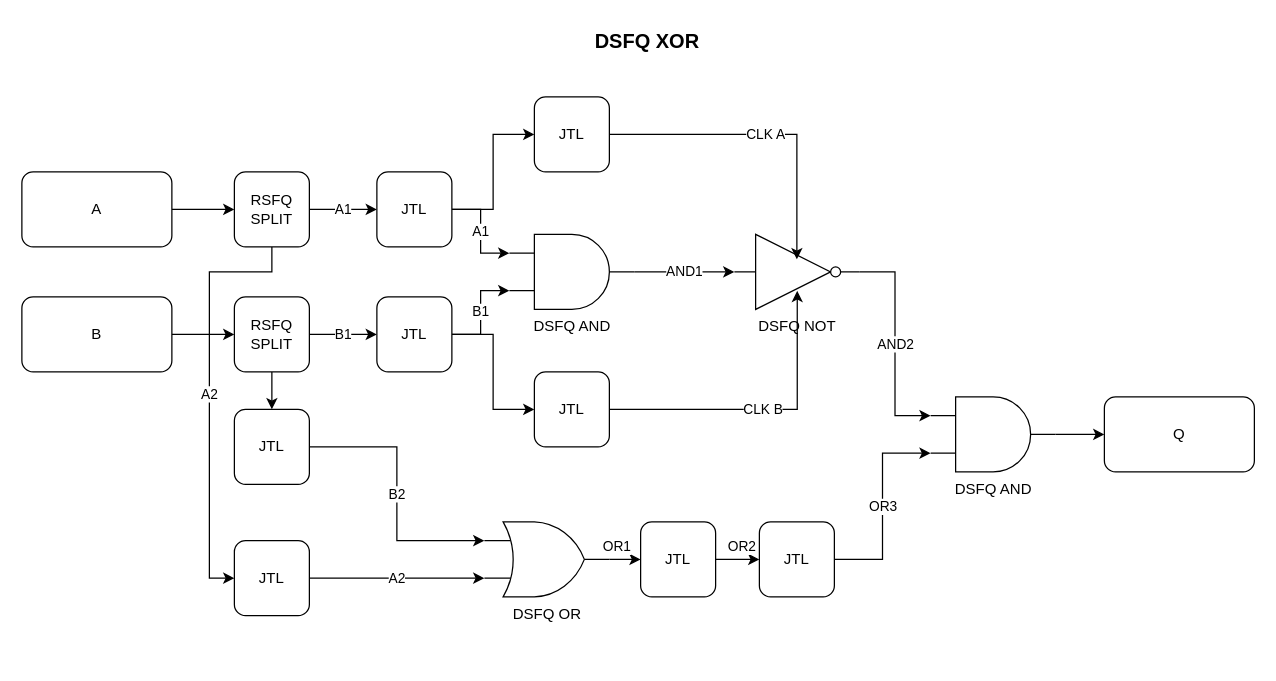
This is .Shuntless/mitll_DSFQ_XOR/layout/DSFQ_XOR.drawio from adojang/DSFQLib, a draw.io file, before an edit. Source tidied: cells renumbered, new cells numbered last; positions are measured from the earlier drawing's top-left corner, leaving out a move shared by most shapes. Both pictures are drawn from the tidied source at 125%, with x=0, y=0 at pixel (21, -16).
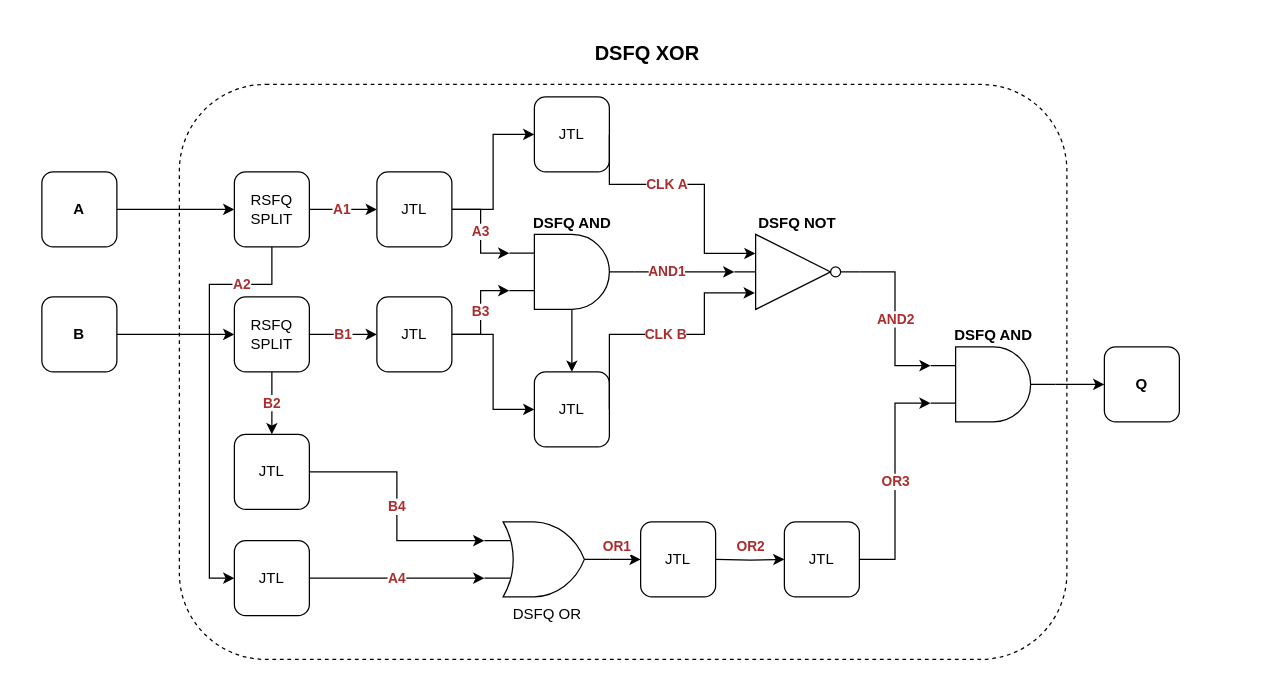
After the change.

Unchanged cells that the change refers to:
```xml
<mxCell id="13" value="DSFQ OR" style="verticalLabelPosition=bottom;shadow=0;dashed=0;align=center;html=1;verticalAlign=top;shape=mxgraph.electrical.logic_gates.logic_gate;operation=or;" parent="1" vertex="1">
  <mxGeometry x="370" y="430" width="100" height="60" as="geometry" />
</mxCell>
<mxCell id="17" value="RSFQ SPLIT" style="rounded=1;whiteSpace=wrap;html=1;" parent="1" vertex="1">
  <mxGeometry x="170" y="150" width="60" height="60" as="geometry" />
</mxCell>
<mxCell id="20" value="RSFQ SPLIT" style="rounded=1;whiteSpace=wrap;html=1;" parent="1" vertex="1">
  <mxGeometry x="170" y="250" width="60" height="60" as="geometry" />
</mxCell>
<mxCell id="23" value="JTL" style="rounded=1;whiteSpace=wrap;html=1;" parent="1" vertex="1">
  <mxGeometry x="284" y="150" width="60" height="60" as="geometry" />
</mxCell>
<mxCell id="26" value="JTL" style="rounded=1;whiteSpace=wrap;html=1;" parent="1" vertex="1">
  <mxGeometry x="284" y="250" width="60" height="60" as="geometry" />
</mxCell>
<mxCell id="29" value="JTL" style="rounded=1;whiteSpace=wrap;html=1;" parent="1" vertex="1">
  <mxGeometry x="410" y="90" width="60" height="60" as="geometry" />
</mxCell>
<mxCell id="31" value="JTL" style="rounded=1;whiteSpace=wrap;html=1;" parent="1" vertex="1">
  <mxGeometry x="410" y="310" width="60" height="60" as="geometry" />
</mxCell>
<mxCell id="36" value="JTL" style="rounded=1;whiteSpace=wrap;html=1;" parent="1" vertex="1">
  <mxGeometry x="170" y="445" width="60" height="60" as="geometry" />
</mxCell>
<mxCell id="38" value="JTL" style="rounded=1;whiteSpace=wrap;html=1;" parent="1" vertex="1">
  <mxGeometry x="495" y="430" width="60" height="60" as="geometry" />
</mxCell>
```

The edit, as a diff of the source:
```diff
@@
+    <mxCell id="41" style="rounded=1;whiteSpace=wrap;html=1;dashed=1;" parent="1" vertex="1">
+      <mxGeometry x="126" y="80" width="710" height="460" as="geometry" />
+    </mxCell>
     <mxCell id="2" value="&lt;font style=&quot;&quot;&gt;&lt;span style=&quot;font-size: 16px;&quot;&gt;&lt;b&gt;DSFQ XOR&lt;/b&gt;&lt;/span&gt;&lt;/font&gt;" style="text;html=1;align=center;verticalAlign=middle;strokeColor=none;fillColor=none;" parent="1" vertex="1">
-      <mxGeometry x="445" y="30" width="110" height="30" as="geometry" />
+      <mxGeometry x="445" y="40" width="110" height="30" as="geometry" />
     </mxCell>
-    <mxCell id="3" style="edgeStyle=orthogonalEdgeStyle;rounded=0;jettySize=auto;html=1;entryX=0;entryY=0.5;entryDx=0;entryDy=0;" parent="1" edge="1" source="4" target="17">
+    <mxCell id="3" style="edgeStyle=orthogonalEdgeStyle;rounded=0;jettySize=auto;html=1;entryX=0;entryY=0.5;entryDx=0;entryDy=0;exitX=1;exitY=0.5;exitDx=0;exitDy=0;" parent="1" edge="1" source="4" target="17">
       <mxGeometry relative="1" as="geometry" />
     </mxCell>
-    <mxCell id="4" value="A" style="rounded=1;whiteSpace=wrap;html=1;" parent="1" vertex="1">
-      <mxGeometry y="150" width="120" height="60" as="geometry" />
-    </mxCell>
-    <mxCell id="5" style="edgeStyle=orthogonalEdgeStyle;rounded=0;jettySize=auto;html=1;entryX=0;entryY=0.5;entryDx=0;entryDy=0;" parent="1" edge="1" source="6" target="20">
+    <mxCell id="5" style="edgeStyle=orthogonalEdgeStyle;rounded=0;jettySize=auto;html=1;entryX=0;entryY=0.5;entryDx=0;entryDy=0;exitX=1;exitY=0.5;exitDx=0;exitDy=0;" parent="1" edge="1" source="6" target="20">
       <mxGeometry relative="1" as="geometry" />
     </mxCell>
-    <mxCell id="6" value="B" style="rounded=1;whiteSpace=wrap;html=1;" parent="1" vertex="1">
-      <mxGeometry y="250" width="120" height="60" as="geometry" />
-    </mxCell>
-    <mxCell id="7" value="Q" style="rounded=1;whiteSpace=wrap;html=1;" parent="1" vertex="1">
-      <mxGeometry x="866" y="330" width="120" height="60" as="geometry" />
-    </mxCell>
-    <mxCell id="8" value="AND1" style="edgeStyle=orthogonalEdgeStyle;rounded=0;jettySize=auto;html=1;exitX=1;exitY=0.5;exitDx=0;exitDy=0;exitPerimeter=0;entryX=0;entryY=0.5;entryDx=0;entryDy=0;entryPerimeter=0;" parent="1" edge="1" source="9" target="11">
-      <mxGeometry relative="1" as="geometry">
+    <mxCell id="8" value="&lt;b&gt;&lt;font color=&quot;#ab2e2e&quot;&gt;AND1&lt;/font&gt;&lt;/b&gt;" style="edgeStyle=orthogonalEdgeStyle;rounded=0;jettySize=auto;html=1;exitX=1;exitY=0.5;exitDx=0;exitDy=0;exitPerimeter=0;" parent="1" edge="1" source="9">
+      <mxGeometry x="-0.34" relative="1" as="geometry">
+        <mxPoint x="570" y="230" as="targetPoint" />
         <Array as="points">
           <mxPoint x="536" y="230" />
           <mxPoint x="536" y="230" />
         </Array>
       </mxGeometry>
     </mxCell>
+    <mxCell id="42" style="edgeStyle=orthogonalEdgeStyle;rounded=0;jettySize=auto;html=1;" parent="1" edge="1" source="9" target="31">
+      <mxGeometry relative="1" as="geometry" />
+    </mxCell>
-    <mxCell id="9" value="DSFQ AND" style="verticalLabelPosition=bottom;shadow=0;dashed=0;align=center;html=1;verticalAlign=top;shape=mxgraph.electrical.logic_gates.logic_gate;operation=and;" parent="1" vertex="1">
+    <mxCell id="9" value="&lt;b&gt;DSFQ AND&lt;/b&gt;" style="verticalLabelPosition=top;shadow=0;dashed=0;align=center;html=1;verticalAlign=bottom;shape=mxgraph.electrical.logic_gates.logic_gate;operation=and;labelPosition=center;" parent="1" vertex="1">
       <mxGeometry x="390" y="200" width="100" height="60" as="geometry" />
     </mxCell>
-    <mxCell id="10" value="AND2" style="edgeStyle=orthogonalEdgeStyle;rounded=0;jettySize=auto;html=1;entryX=0;entryY=0.25;entryDx=0;entryDy=0;entryPerimeter=0;" parent="1" edge="1" source="11" target="34">
+    <mxCell id="10" value="&lt;b&gt;&lt;font color=&quot;#ab2e2e&quot;&gt;AND2&lt;/font&gt;&lt;/b&gt;" style="edgeStyle=orthogonalEdgeStyle;rounded=0;jettySize=auto;html=1;entryX=0;entryY=0.25;entryDx=0;entryDy=0;entryPerimeter=0;" parent="1" edge="1" source="11" target="34">
       <mxGeometry relative="1" as="geometry" />
     </mxCell>
-    <mxCell id="11" value="DSFQ NOT" style="verticalLabelPosition=bottom;shadow=0;dashed=0;align=center;html=1;verticalAlign=top;shape=mxgraph.electrical.logic_gates.inverter_2;rotation=0;labelPosition=center;" parent="1" vertex="1">
+    <mxCell id="11" value="&lt;b&gt;DSFQ NOT&lt;/b&gt;" style="verticalLabelPosition=top;shadow=0;dashed=0;align=center;html=1;verticalAlign=bottom;shape=mxgraph.electrical.logic_gates.inverter_2;rotation=0;labelPosition=center;" parent="1" vertex="1">
       <mxGeometry x="570" y="200" width="100" height="60" as="geometry" />
     </mxCell>
-    <mxCell id="12" value="OR1" style="edgeStyle=orthogonalEdgeStyle;rounded=0;jettySize=auto;html=1;entryX=0;entryY=0.5;entryDx=0;entryDy=0;" parent="1" edge="1" source="13" target="38">
+    <mxCell id="12" value="&lt;b&gt;&lt;font color=&quot;#ab2e2e&quot;&gt;OR1&lt;/font&gt;&lt;/b&gt;" style="edgeStyle=orthogonalEdgeStyle;rounded=0;jettySize=auto;html=1;entryX=0;entryY=0.5;entryDx=0;entryDy=0;" parent="1" edge="1" source="13" target="38">
       <mxGeometry x="0.31" y="10" relative="1" as="geometry" />
     </mxCell>
@@
-    <mxCell id="15" value="A1" style="edgeStyle=orthogonalEdgeStyle;rounded=0;jettySize=auto;html=1;entryX=0;entryY=0.5;entryDx=0;entryDy=0;" parent="1" edge="1" source="17" target="23">
-      <mxGeometry relative="1" as="geometry" />
+    <mxCell id="15" value="&lt;b&gt;&lt;font color=&quot;#ab2e2e&quot;&gt;A1&lt;/font&gt;&lt;/b&gt;" style="edgeStyle=orthogonalEdgeStyle;rounded=0;jettySize=auto;html=1;entryX=0;entryY=0.5;entryDx=0;entryDy=0;" parent="1" edge="1" source="17" target="23">
+      <mxGeometry x="-0.04" relative="1" as="geometry" />
     </mxCell>
-    <mxCell id="16" value="A2" style="edgeStyle=orthogonalEdgeStyle;rounded=0;jettySize=auto;html=1;entryX=0;entryY=0.5;entryDx=0;entryDy=0;exitX=0.5;exitY=1;exitDx=0;exitDy=0;" parent="1" edge="1" source="17" target="36">
-      <mxGeometry relative="1" as="geometry">
+    <mxCell id="16" value="&lt;b&gt;&lt;font color=&quot;#ab2e2e&quot;&gt;A2&lt;/font&gt;&lt;/b&gt;" style="edgeStyle=orthogonalEdgeStyle;rounded=0;jettySize=auto;html=1;entryX=0;entryY=0.5;entryDx=0;entryDy=0;exitX=0.5;exitY=1;exitDx=0;exitDy=0;" parent="1" edge="1" source="17" target="36">
+      <mxGeometry x="-0.68" relative="1" as="geometry">
         <Array as="points">
-          <mxPoint x="200" y="230" />
-          <mxPoint x="150" y="230" />
+          <mxPoint x="200" y="240" />
+          <mxPoint x="150" y="240" />
           <mxPoint x="150" y="475" />
         </Array>
       </mxGeometry>
     </mxCell>
@@
-    <mxCell id="18" value="B1" style="edgeStyle=orthogonalEdgeStyle;rounded=0;jettySize=auto;html=1;entryX=0;entryY=0.5;entryDx=0;entryDy=0;" parent="1" edge="1" source="20" target="26">
+    <mxCell id="18" value="&lt;b&gt;&lt;font color=&quot;#ab2e2e&quot;&gt;B1&lt;/font&gt;&lt;/b&gt;" style="edgeStyle=orthogonalEdgeStyle;rounded=0;jettySize=auto;html=1;entryX=0;entryY=0.5;entryDx=0;entryDy=0;" parent="1" edge="1" source="20" target="26">
       <mxGeometry relative="1" as="geometry" />
     </mxCell>
-    <mxCell id="19" style="edgeStyle=orthogonalEdgeStyle;rounded=0;jettySize=auto;html=1;entryX=0.5;entryY=0;entryDx=0;entryDy=0;" parent="1" edge="1" source="20" target="28">
+    <mxCell id="19" value="&lt;b&gt;&lt;font color=&quot;#ab2e2e&quot;&gt;B2&lt;/font&gt;&lt;/b&gt;" style="edgeStyle=orthogonalEdgeStyle;rounded=0;jettySize=auto;html=1;entryX=0.5;entryY=0;entryDx=0;entryDy=0;" parent="1" edge="1" source="20" target="28">
       <mxGeometry relative="1" as="geometry" />
     </mxCell>
@@
-    <mxCell id="21" value="A1" style="edgeStyle=orthogonalEdgeStyle;rounded=0;jettySize=auto;html=1;entryX=0;entryY=0.25;entryDx=0;entryDy=0;entryPerimeter=0;" parent="1" edge="1" source="23" target="9">
+    <mxCell id="21" value="&lt;font color=&quot;#ab2e2e&quot;&gt;&lt;b&gt;A3&lt;/b&gt;&lt;/font&gt;" style="edgeStyle=orthogonalEdgeStyle;rounded=0;jettySize=auto;html=1;entryX=0;entryY=0.25;entryDx=0;entryDy=0;entryPerimeter=0;" parent="1" edge="1" source="23" target="9">
       <mxGeometry relative="1" as="geometry" />
     </mxCell>
@@
-    <mxCell id="24" value="B1" style="edgeStyle=orthogonalEdgeStyle;rounded=0;jettySize=auto;html=1;entryX=0;entryY=0.75;entryDx=0;entryDy=0;entryPerimeter=0;" parent="1" edge="1" source="26" target="9">
-      <mxGeometry relative="1" as="geometry" />
+    <mxCell id="24" value="&lt;font color=&quot;#ab2e2e&quot;&gt;&lt;b&gt;B3&lt;/b&gt;&lt;/font&gt;" style="edgeStyle=orthogonalEdgeStyle;rounded=0;jettySize=auto;html=1;entryX=0;entryY=0.75;entryDx=0;entryDy=0;entryPerimeter=0;" parent="1" edge="1" source="26" target="9">
+      <mxGeometry x="0.01" relative="1" as="geometry" />
     </mxCell>
@@
-    <mxCell id="27" value="B2" style="edgeStyle=orthogonalEdgeStyle;rounded=0;jettySize=auto;html=1;entryX=0;entryY=0.25;entryDx=0;entryDy=0;entryPerimeter=0;" parent="1" edge="1" source="28" target="13">
+    <mxCell id="27" value="&lt;b&gt;&lt;font color=&quot;#ab2e2e&quot;&gt;B4&lt;/font&gt;&lt;/b&gt;" style="edgeStyle=orthogonalEdgeStyle;rounded=0;jettySize=auto;html=1;entryX=0;entryY=0.25;entryDx=0;entryDy=0;entryPerimeter=0;" parent="1" edge="1" source="28" target="13">
       <mxGeometry relative="1" as="geometry" />
     </mxCell>
     <mxCell id="28" value="JTL" style="rounded=1;whiteSpace=wrap;html=1;" parent="1" vertex="1">
-      <mxGeometry x="170" y="340" width="60" height="60" as="geometry" />
+      <mxGeometry x="170" y="360" width="60" height="60" as="geometry" />
     </mxCell>
@@
-    <mxCell id="30" value="CLK A" style="edgeStyle=orthogonalEdgeStyle;rounded=0;jettySize=auto;html=1;entryX=0.5;entryY=0.333;entryDx=0;entryDy=0;entryPerimeter=0;exitX=1;exitY=0.5;exitDx=0;exitDy=0;" parent="1" edge="1" source="29" target="11">
-      <mxGeometry relative="1" as="geometry" />
+    <mxCell id="30" value="&lt;b&gt;&lt;font color=&quot;#ab2e2e&quot;&gt;CLK A&lt;/font&gt;&lt;/b&gt;" style="edgeStyle=orthogonalEdgeStyle;rounded=0;jettySize=auto;html=1;entryX=0.169;entryY=0.254;entryDx=0;entryDy=0;entryPerimeter=0;exitX=1;exitY=0.5;exitDx=0;exitDy=0;" parent="1" edge="1" source="29" target="11">
+      <mxGeometry x="-0.19" relative="1" as="geometry">
+        <Array as="points">
+          <mxPoint x="470" y="160" />
+          <mxPoint x="546" y="160" />
+          <mxPoint x="546" y="215" />
+        </Array>
+      </mxGeometry>
     </mxCell>
@@
-    <mxCell id="32" value="CLK B" style="edgeStyle=orthogonalEdgeStyle;rounded=0;jettySize=auto;html=1;entryX=0.503;entryY=0.753;entryDx=0;entryDy=0;entryPerimeter=0;exitX=1;exitY=0.5;exitDx=0;exitDy=0;" parent="1" edge="1" source="31" target="11">
-      <mxGeometry relative="1" as="geometry" />
+    <mxCell id="32" value="&lt;b&gt;&lt;font color=&quot;#ab2e2e&quot;&gt;CLK B&lt;/font&gt;&lt;/b&gt;" style="edgeStyle=orthogonalEdgeStyle;rounded=0;jettySize=auto;html=1;exitX=1;exitY=0.5;exitDx=0;exitDy=0;entryX=0.164;entryY=0.78;entryDx=0;entryDy=0;entryPerimeter=0;" parent="1" edge="1" source="31" target="11">
+      <mxGeometry relative="1" as="geometry">
+        <Array as="points">
+          <mxPoint x="470" y="280" />
+          <mxPoint x="546" y="280" />
+          <mxPoint x="546" y="247" />
+        </Array>
+      </mxGeometry>
     </mxCell>
@@
-    <mxCell id="34" value="DSFQ AND" style="verticalLabelPosition=bottom;shadow=0;dashed=0;align=center;html=1;verticalAlign=top;shape=mxgraph.electrical.logic_gates.logic_gate;operation=and;" parent="1" vertex="1">
-      <mxGeometry x="727" y="330" width="100" height="60" as="geometry" />
+    <mxCell id="34" value="&lt;b&gt;&lt;font&gt;DSFQ AND&lt;/font&gt;&lt;/b&gt;" style="verticalLabelPosition=top;shadow=0;dashed=0;align=center;html=1;verticalAlign=bottom;shape=mxgraph.electrical.logic_gates.logic_gate;operation=and;labelPosition=center;fontColor=#000000;" parent="1" vertex="1">
+      <mxGeometry x="727" y="290" width="100" height="60" as="geometry" />
     </mxCell>
-    <mxCell id="35" value="A2" style="edgeStyle=orthogonalEdgeStyle;rounded=0;jettySize=auto;html=1;entryX=0;entryY=0.75;entryDx=0;entryDy=0;entryPerimeter=0;" parent="1" edge="1" source="36" target="13">
+    <mxCell id="35" value="&lt;b&gt;&lt;font color=&quot;#ab2e2e&quot;&gt;A4&lt;/font&gt;&lt;/b&gt;" style="edgeStyle=orthogonalEdgeStyle;rounded=0;jettySize=auto;html=1;entryX=0;entryY=0.75;entryDx=0;entryDy=0;entryPerimeter=0;" parent="1" edge="1" source="36" target="13">
       <mxGeometry relative="1" as="geometry" />
     </mxCell>
@@
-    <mxCell id="37" value="OR2" style="edgeStyle=orthogonalEdgeStyle;rounded=0;jettySize=auto;html=1;entryX=0;entryY=0.5;entryDx=0;entryDy=0;" parent="1" edge="1" target="40">
-      <mxGeometry x="0.2" y="10" relative="1" as="geometry">
+    <mxCell id="37" value="&lt;b&gt;&lt;font color=&quot;#ab2e2e&quot;&gt;OR2&lt;/font&gt;&lt;/b&gt;" style="edgeStyle=orthogonalEdgeStyle;rounded=0;jettySize=auto;html=1;entryX=0;entryY=0.5;entryDx=0;entryDy=0;" parent="1" edge="1" target="40">
+      <mxGeometry x="0.03" y="10" relative="1" as="geometry">
         <mxPoint x="555" y="460" as="sourcePoint" />
       </mxGeometry>
     </mxCell>
@@
-    <mxCell id="39" value="OR3" style="edgeStyle=orthogonalEdgeStyle;rounded=0;jettySize=auto;html=1;entryX=0;entryY=0.75;entryDx=0;entryDy=0;entryPerimeter=0;" parent="1" edge="1" source="40" target="34">
+    <mxCell id="39" value="&lt;b&gt;&lt;font color=&quot;#ab2e2e&quot;&gt;OR3&lt;/font&gt;&lt;/b&gt;" style="edgeStyle=orthogonalEdgeStyle;rounded=0;jettySize=auto;html=1;entryX=0;entryY=0.75;entryDx=0;entryDy=0;entryPerimeter=0;" parent="1" edge="1" source="40" target="34">
       <mxGeometry relative="1" as="geometry" />
     </mxCell>
     <mxCell id="40" value="JTL" style="rounded=1;whiteSpace=wrap;html=1;" parent="1" vertex="1">
-      <mxGeometry x="590" y="430" width="60" height="60" as="geometry" />
+      <mxGeometry x="610" y="430" width="60" height="60" as="geometry" />
     </mxCell>
+    <mxCell id="4" value="A" style="rounded=1;whiteSpace=wrap;html=1;fontStyle=1;" parent="1" vertex="1">
+      <mxGeometry x="16" y="150" width="60" height="60" as="geometry" />
+    </mxCell>
+    <mxCell id="6" value="B" style="rounded=1;whiteSpace=wrap;html=1;fontStyle=1;" parent="1" vertex="1">
+      <mxGeometry x="16" y="250" width="60" height="60" as="geometry" />
+    </mxCell>
+    <mxCell id="7" value="Q" style="rounded=1;whiteSpace=wrap;html=1;fontStyle=1;" parent="1" vertex="1">
+      <mxGeometry x="866" y="290" width="60" height="60" as="geometry" />
+    </mxCell>
```
